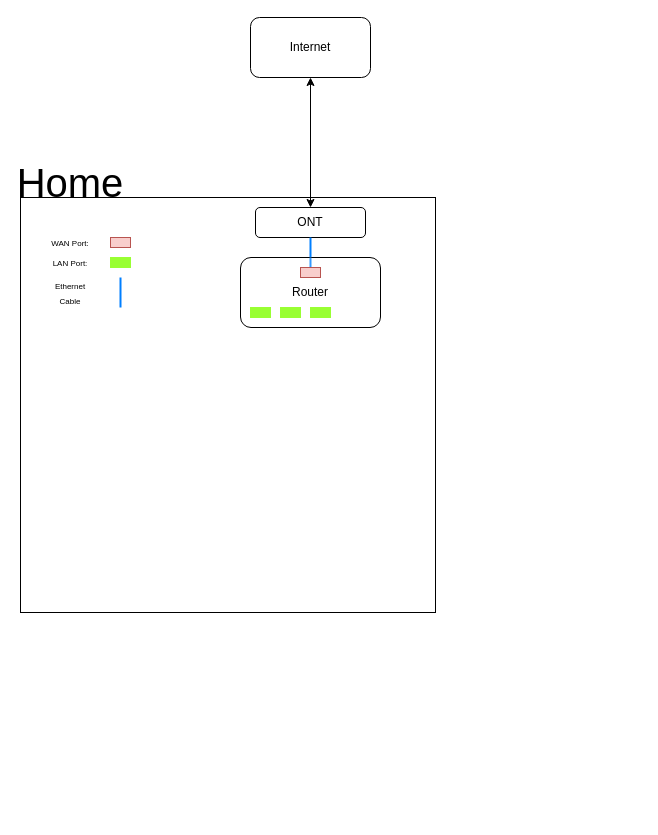
Above: docs/assets/Home Network.drawio in jrb9000/JBdocs (draw.io), before the change. Source tidied: cells renumbered, new cells numbered last; positions are measured from the earlier drawing's top-left corner, leaving out a move shared by most shapes. Both pictures are drawn from the tidied source at 100%, with x=0, y=0 at pixel (20, 17).
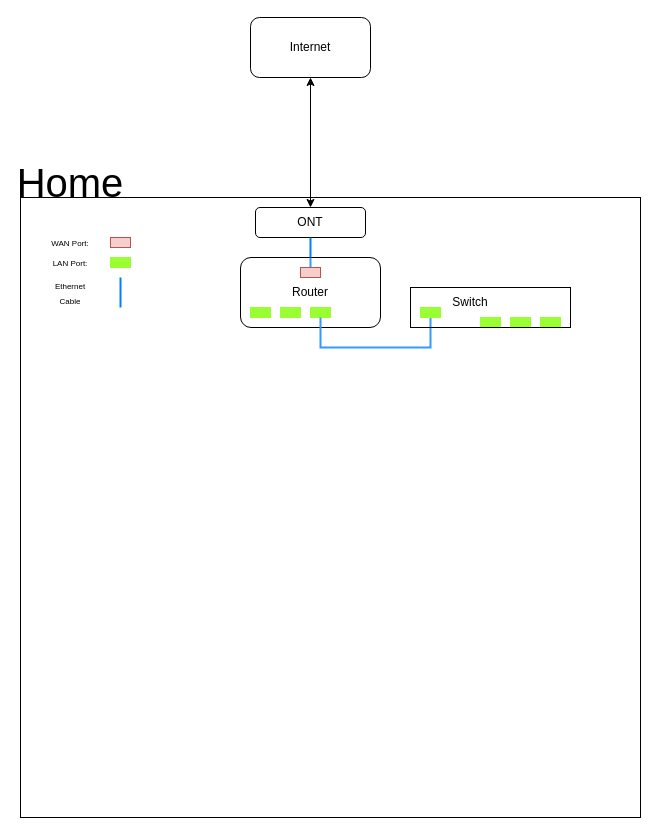
After the change.

The change refers to these unchanged cells:
```xml
<mxCell id="16" style="rounded=0;whiteSpace=wrap;html=1;fillColor=#99ff32;strokeColor=#99FF33;" parent="1" vertex="1">
  <mxGeometry x="290" y="290" width="20" height="10" as="geometry" />
</mxCell>
```

The edit, as a diff of the source:
```diff
@@
     <mxCell id="2" style="whiteSpace=wrap;html=1;" parent="1" vertex="1">
-      <mxGeometry y="180" width="415" height="415" as="geometry" />
+      <mxGeometry y="180" width="620" height="620" as="geometry" />
     </mxCell>
@@
+    <mxCell id="21" style="endArrow=none;html=1;rounded=0;entryX=0.5;entryY=1;entryDx=0;entryDy=0;exitX=0.125;exitY=0.667;exitDx=0;exitDy=0;exitPerimeter=0;strokeColor=#3399FF;strokeWidth=2;" parent="1" edge="1" source="27" target="16">
+      <mxGeometry relative="1" as="geometry">
+        <Array as="points">
+          <mxPoint x="410" y="330" />
+          <mxPoint x="300" y="330" />
+        </Array>
+      </mxGeometry>
+    </mxCell>
+    <mxCell id="22" style="rounded=0;whiteSpace=wrap;html=1;fillColor=#99ff32;strokeColor=#99FF33;" parent="1" vertex="1">
+      <mxGeometry x="400" y="290" width="20" height="10" as="geometry" />
+    </mxCell>
+    <mxCell id="23" value="Switch" style="text;html=1;strokeColor=none;fillColor=none;align=center;verticalAlign=middle;whiteSpace=wrap;rounded=0;" parent="1" vertex="1">
+      <mxGeometry x="420" y="270" width="60" height="30" as="geometry" />
+    </mxCell>
+    <mxCell id="24" style="rounded=0;whiteSpace=wrap;html=1;fillColor=#99ff32;strokeColor=#99FF33;" parent="1" vertex="1">
+      <mxGeometry x="460" y="300" width="20" height="10" as="geometry" />
+    </mxCell>
+    <mxCell id="25" style="rounded=0;whiteSpace=wrap;html=1;fillColor=#99ff32;strokeColor=#99FF33;" parent="1" vertex="1">
+      <mxGeometry x="490" y="300" width="20" height="10" as="geometry" />
+    </mxCell>
+    <mxCell id="26" style="rounded=0;whiteSpace=wrap;html=1;fillColor=#99ff32;strokeColor=#99FF33;" parent="1" vertex="1">
+      <mxGeometry x="520" y="300" width="20" height="10" as="geometry" />
+    </mxCell>
+    <mxCell id="27" style="rounded=0;whiteSpace=wrap;html=1;fillColor=none;" parent="1" vertex="1">
+      <mxGeometry x="390" y="270" width="160" height="40" as="geometry" />
+    </mxCell>
```
